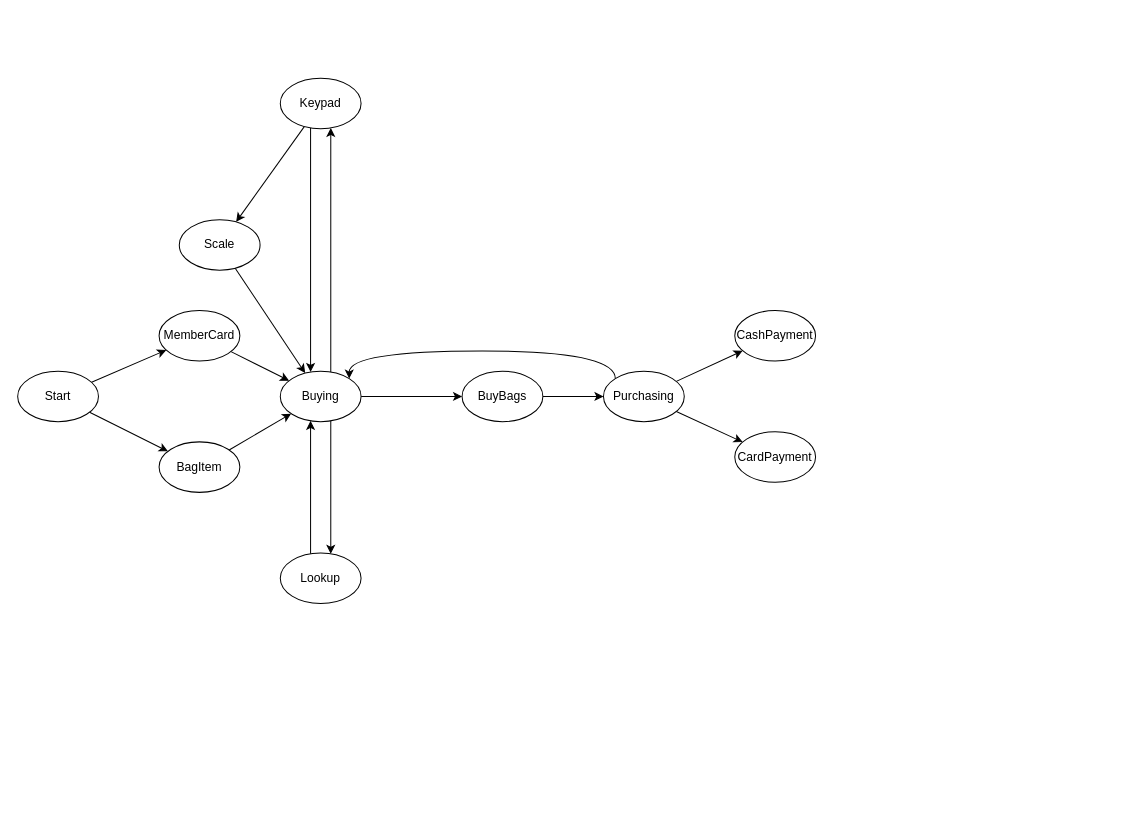
The draw.io diagram Diagrams/GUI-States.drawio in Charlie-Zheng/SENG-300-Iteration-3, before the edit. Source tidied: cells renumbered, new cells numbered last; positions are measured from the earlier drawing's top-left corner, leaving out a move shared by most shapes. Both pictures are drawn from the tidied source at 101%, with x=0, y=0 at pixel (17, 78).
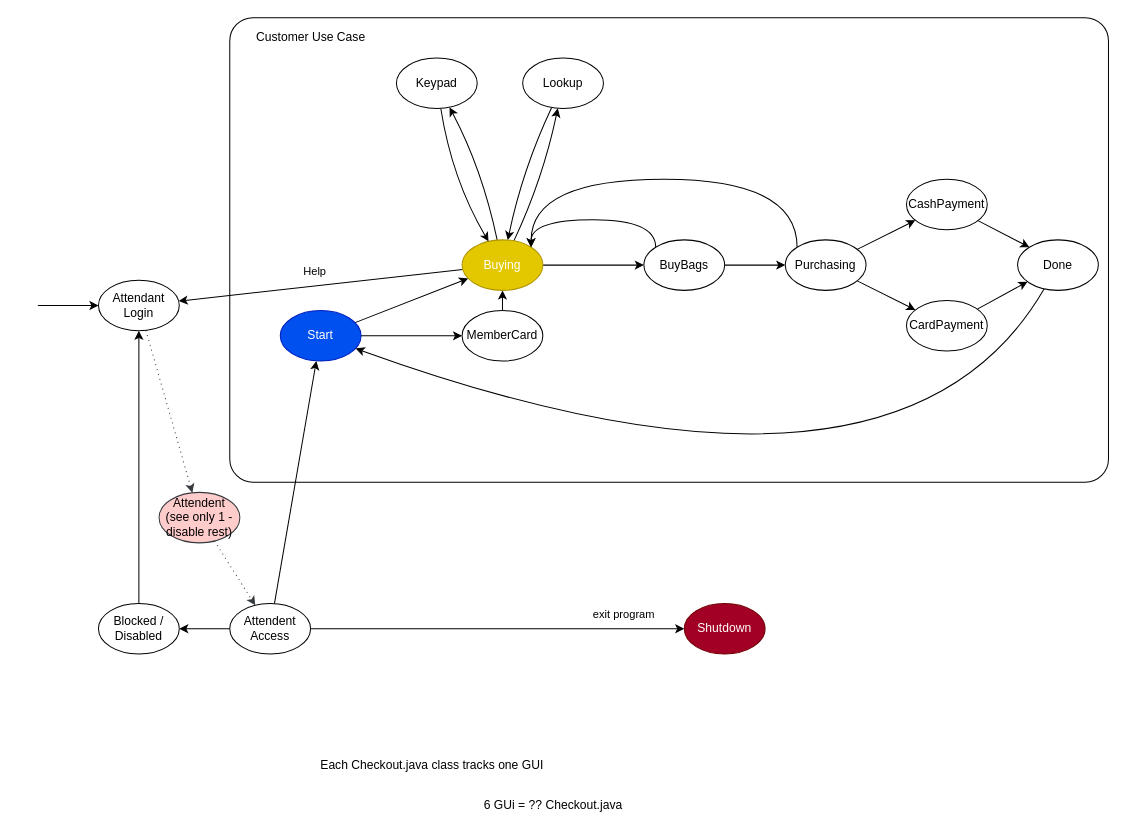
The same page after the edit.

Commit message (it also covers changes not shown here):
Improve diagrams

Change to the diagram source:
```diff
@@
+    <mxCell id="28" style="rounded=1;whiteSpace=wrap;html=1;strokeWidth=1;arcSize=5;" parent="1" vertex="1">
+      <mxGeometry x="210" y="-60" width="870" height="460" as="geometry" />
+    </mxCell>
@@
-    <mxCell id="3" style="edgeStyle=none;rounded=0;jettySize=auto;html=1;" parent="1" edge="1" source="4" target="8">
-      <mxGeometry relative="1" as="geometry" />
-    </mxCell>
+    <mxCell id="29" style="edgeStyle=none;curved=1;jettySize=auto;html=1;startArrow=none;startFill=0;endArrow=classic;endFill=1;" parent="1" edge="1" source="4" target="12">
+      <mxGeometry relative="1" as="geometry" />
+    </mxCell>
-    <mxCell id="4" value="Start" style="ellipse;whiteSpace=wrap;html=1;" parent="1" vertex="1">
-      <mxGeometry y="290" width="80" height="50" as="geometry" />
+    <mxCell id="4" value="Start" style="ellipse;whiteSpace=wrap;html=1;fillColor=#0050ef;strokeColor=#001DBC;fontColor=#ffffff;" parent="1" vertex="1">
+      <mxGeometry x="260" y="230" width="80" height="50" as="geometry" />
     </mxCell>
@@
     <mxCell id="6" value="MemberCard" style="ellipse;whiteSpace=wrap;html=1;" parent="1" vertex="1">
-      <mxGeometry x="140" y="230" width="80" height="50" as="geometry" />
+      <mxGeometry x="440" y="230" width="80" height="50" as="geometry" />
     </mxCell>
-    <mxCell id="7" style="edgeStyle=none;rounded=0;jettySize=auto;html=1;" parent="1" edge="1" source="8" target="12">
-      <mxGeometry relative="1" as="geometry" />
-    </mxCell>
-    <mxCell id="8" value="BagItem" style="ellipse;whiteSpace=wrap;html=1;" parent="1" vertex="1">
-      <mxGeometry x="140" y="360" width="80" height="50" as="geometry" />
-    </mxCell>
+    <mxCell id="11" style="edgeStyle=none;rounded=0;jettySize=auto;html=1;" parent="1" edge="1" source="12" target="19">
+      <mxGeometry relative="1" as="geometry" />
+    </mxCell>
+    <mxCell id="30" style="edgeStyle=none;curved=1;jettySize=auto;html=1;startArrow=none;startFill=0;endArrow=classic;endFill=1;" parent="1" edge="1" source="12" target="37">
+      <mxGeometry relative="1" as="geometry" />
+    </mxCell>
+    <mxCell id="31" value="Help" style="edgeLabel;html=1;align=center;verticalAlign=middle;" parent="30" vertex="1">
+      <mxGeometry x="0.11" y="1" relative="1" as="geometry">
+        <mxPoint x="9.3" y="-17.6" as="offset" />
+      </mxGeometry>
+    </mxCell>
-    <mxCell id="9" style="edgeStyle=orthogonalEdgeStyle;rounded=0;jettySize=auto;html=1;curved=1;" parent="1" edge="1" source="12" target="15">
+    <mxCell id="9" style="edgeStyle=none;curved=1;jettySize=auto;html=1;startArrow=none;startFill=0;endArrow=classic;endFill=1;strokeWidth=1;" parent="1" edge="1" source="12" target="15">
       <mxGeometry relative="1" as="geometry">
         <Array as="points">
-          <mxPoint x="310" y="260" />
-          <mxPoint x="310" y="260" />
+          <mxPoint x="460" y="90" />
         </Array>
       </mxGeometry>
     </mxCell>
-    <mxCell id="10" style="edgeStyle=orthogonalEdgeStyle;rounded=0;jettySize=auto;html=1;curved=1;" parent="1" edge="1" source="12" target="17">
+    <mxCell id="10" style="edgeStyle=none;curved=1;jettySize=auto;html=1;startArrow=none;startFill=0;endArrow=classic;endFill=1;strokeWidth=1;" parent="1" edge="1" source="12" target="17">
       <mxGeometry relative="1" as="geometry">
         <Array as="points">
-          <mxPoint x="310" y="380" />
-          <mxPoint x="310" y="380" />
+          <mxPoint x="520" y="100" />
         </Array>
       </mxGeometry>
     </mxCell>
-    <mxCell id="11" style="edgeStyle=none;rounded=0;jettySize=auto;html=1;" parent="1" edge="1" source="12" target="19">
-      <mxGeometry relative="1" as="geometry" />
-    </mxCell>
-    <mxCell id="12" value="Buying" style="ellipse;whiteSpace=wrap;html=1;" parent="1" vertex="1">
-      <mxGeometry x="260" y="290" width="80" height="50" as="geometry" />
+    <mxCell id="12" value="Buying" style="ellipse;whiteSpace=wrap;html=1;fillColor=#e3c800;strokeColor=#B09500;fontColor=#ffffff;" parent="1" vertex="1">
+      <mxGeometry x="440" y="160" width="80" height="50" as="geometry" />
     </mxCell>
-    <mxCell id="13" style="edgeStyle=orthogonalEdgeStyle;rounded=0;jettySize=auto;html=1;curved=1;" parent="1" edge="1" source="15" target="12">
+    <mxCell id="13" style="edgeStyle=none;curved=1;jettySize=auto;html=1;startArrow=none;startFill=0;endArrow=classic;endFill=1;strokeWidth=1;" parent="1" edge="1" source="15" target="12">
       <mxGeometry relative="1" as="geometry">
         <Array as="points">
-          <mxPoint x="290" y="260" />
-          <mxPoint x="290" y="260" />
+          <mxPoint x="430" y="100" />
         </Array>
       </mxGeometry>
     </mxCell>
-    <mxCell id="14" style="rounded=0;jettySize=auto;html=1;" parent="1" edge="1" source="15" target="21">
-      <mxGeometry relative="1" as="geometry" />
-    </mxCell>
     <mxCell id="15" value="Keypad" style="ellipse;whiteSpace=wrap;html=1;" parent="1" vertex="1">
-      <mxGeometry x="260" width="80" height="50" as="geometry" />
+      <mxGeometry x="375" y="-20" width="80" height="50" as="geometry" />
     </mxCell>
-    <mxCell id="16" style="edgeStyle=orthogonalEdgeStyle;curved=1;rounded=0;jettySize=auto;html=1;" parent="1" edge="1" source="17" target="12">
+    <mxCell id="16" style="edgeStyle=none;curved=1;jettySize=auto;html=1;startArrow=none;startFill=0;endArrow=classic;endFill=1;strokeWidth=1;" parent="1" edge="1" source="17" target="12">
       <mxGeometry relative="1" as="geometry">
         <Array as="points">
-          <mxPoint x="290" y="380" />
-          <mxPoint x="290" y="380" />
+          <mxPoint x="500" y="90" />
         </Array>
       </mxGeometry>
     </mxCell>
     <mxCell id="17" value="Lookup" style="ellipse;whiteSpace=wrap;html=1;" parent="1" vertex="1">
-      <mxGeometry x="260" y="470" width="80" height="50" as="geometry" />
+      <mxGeometry x="500" y="-20" width="80" height="50" as="geometry" />
     </mxCell>
@@
+    <mxCell id="32" style="edgeStyle=orthogonalEdgeStyle;curved=1;rounded=0;jettySize=auto;html=1;exitX=0;exitY=0;exitDx=0;exitDy=0;entryX=1;entryY=0;entryDx=0;entryDy=0;" parent="1" edge="1" source="19" target="12">
+      <mxGeometry relative="1" as="geometry">
+        <Array as="points">
+          <mxPoint x="632" y="140" />
+          <mxPoint x="508" y="140" />
+        </Array>
+      </mxGeometry>
+    </mxCell>
     <mxCell id="19" value="BuyBags" style="ellipse;whiteSpace=wrap;html=1;" parent="1" vertex="1">
-      <mxGeometry x="440" y="290" width="80" height="50" as="geometry" />
+      <mxGeometry x="620" y="160" width="80" height="50" as="geometry" />
     </mxCell>
-    <mxCell id="20" style="rounded=0;jettySize=auto;html=1;" parent="1" edge="1" source="21" target="12">
-      <mxGeometry relative="1" as="geometry" />
-    </mxCell>
-    <mxCell id="21" value="Scale" style="ellipse;whiteSpace=wrap;html=1;" parent="1" vertex="1">
-      <mxGeometry x="160" y="140" width="80" height="50" as="geometry" />
-    </mxCell>
     <mxCell id="22" style="edgeStyle=orthogonalEdgeStyle;curved=1;rounded=0;jettySize=auto;html=1;exitX=0;exitY=0;exitDx=0;exitDy=0;entryX=1;entryY=0;entryDx=0;entryDy=0;" parent="1" edge="1" source="25" target="12">
       <mxGeometry relative="1" as="geometry">
         <Array as="points">
-          <mxPoint x="592" y="270" />
-          <mxPoint x="328" y="270" />
+          <mxPoint x="772" y="100" />
+          <mxPoint x="508" y="100" />
         </Array>
       </mxGeometry>
     </mxCell>
@@
     <mxCell id="25" value="Purchasing" style="ellipse;whiteSpace=wrap;html=1;" parent="1" vertex="1">
-      <mxGeometry x="580" y="290" width="80" height="50" as="geometry" />
+      <mxGeometry x="760" y="160" width="80" height="50" as="geometry" />
     </mxCell>
+    <mxCell id="33" style="edgeStyle=none;curved=1;jettySize=auto;html=1;entryX=0;entryY=0;entryDx=0;entryDy=0;startArrow=none;startFill=0;endArrow=classic;endFill=1;" parent="1" edge="1" source="26" target="39">
+      <mxGeometry relative="1" as="geometry" />
+    </mxCell>
     <mxCell id="26" value="CashPayment" style="ellipse;whiteSpace=wrap;html=1;" parent="1" vertex="1">
-      <mxGeometry x="710" y="230" width="80" height="50" as="geometry" />
+      <mxGeometry x="880" y="100" width="80" height="50" as="geometry" />
     </mxCell>
+    <mxCell id="34" style="edgeStyle=none;curved=1;jettySize=auto;html=1;startArrow=none;startFill=0;endArrow=classic;endFill=1;" parent="1" edge="1" source="27" target="39">
+      <mxGeometry relative="1" as="geometry" />
+    </mxCell>
     <mxCell id="27" value="CardPayment" style="ellipse;whiteSpace=wrap;html=1;" parent="1" vertex="1">
-      <mxGeometry x="710" y="350" width="80" height="50" as="geometry" />
+      <mxGeometry x="880" y="220" width="80" height="50" as="geometry" />
     </mxCell>
+    <mxCell id="35" style="edgeStyle=none;curved=1;jettySize=auto;html=1;startArrow=classic;startFill=1;endArrow=none;endFill=0;" parent="1" edge="1" source="37">
+      <mxGeometry relative="1" as="geometry">
+        <mxPoint x="20" y="225" as="targetPoint" />
+      </mxGeometry>
+    </mxCell>
+    <mxCell id="36" style="edgeStyle=none;curved=1;jettySize=auto;html=1;startArrow=none;startFill=0;endArrow=classic;endFill=1;fillColor=#ffcccc;strokeColor=#36393d;strokeWidth=1;dashed=1;dashPattern=1 4;" parent="1" edge="1" source="37" target="41">
+      <mxGeometry relative="1" as="geometry" />
+    </mxCell>
+    <mxCell id="37" value="Attendant&lt;br&gt;Login" style="ellipse;whiteSpace=wrap;html=1;" parent="1" vertex="1">
+      <mxGeometry x="80" y="200" width="80" height="50" as="geometry" />
+    </mxCell>
+    <mxCell id="38" style="edgeStyle=none;curved=1;jettySize=auto;html=1;startArrow=none;startFill=0;endArrow=classic;endFill=1;" parent="1" edge="1" source="39" target="4">
+      <mxGeometry relative="1" as="geometry">
+        <Array as="points">
+          <mxPoint x="870" y="461" />
+        </Array>
+      </mxGeometry>
+    </mxCell>
+    <mxCell id="39" value="Done" style="ellipse;whiteSpace=wrap;html=1;" parent="1" vertex="1">
+      <mxGeometry x="990" y="160" width="80" height="50" as="geometry" />
+    </mxCell>
+    <mxCell id="40" style="edgeStyle=none;curved=1;jettySize=auto;html=1;startArrow=none;startFill=0;endArrow=classic;endFill=1;fillColor=#ffcccc;strokeColor=#36393d;strokeWidth=1;dashed=1;dashPattern=1 4;" parent="1" edge="1" source="41" target="46">
+      <mxGeometry relative="1" as="geometry" />
+    </mxCell>
+    <mxCell id="41" value="Attendent&lt;br&gt;(see only 1 - disable rest)" style="ellipse;whiteSpace=wrap;html=1;fillColor=#ffcccc;strokeColor=#36393d;strokeWidth=1;" parent="1" vertex="1">
+      <mxGeometry x="140" y="410" width="80" height="50" as="geometry" />
+    </mxCell>
+    <mxCell id="42" style="edgeStyle=none;curved=1;jettySize=auto;html=1;startArrow=none;startFill=0;endArrow=classic;endFill=1;" parent="1" edge="1" source="46" target="47">
+      <mxGeometry relative="1" as="geometry" />
+    </mxCell>
+    <mxCell id="43" value="exit program" style="edgeLabel;html=1;align=center;verticalAlign=middle;" parent="42" vertex="1">
+      <mxGeometry x="0.64" y="3" relative="1" as="geometry">
+        <mxPoint x="6" y="-12" as="offset" />
+      </mxGeometry>
+    </mxCell>
+    <mxCell id="44" style="edgeStyle=none;curved=1;jettySize=auto;html=1;startArrow=none;startFill=0;endArrow=classic;endFill=1;" parent="1" edge="1" source="46" target="4">
+      <mxGeometry relative="1" as="geometry" />
+    </mxCell>
+    <mxCell id="45" style="edgeStyle=none;curved=1;jettySize=auto;html=1;startArrow=none;startFill=0;endArrow=classic;endFill=1;strokeWidth=1;" parent="1" edge="1" source="46" target="50">
+      <mxGeometry relative="1" as="geometry" />
+    </mxCell>
+    <mxCell id="46" value="Attendent&lt;br&gt;Access" style="ellipse;whiteSpace=wrap;html=1;" parent="1" vertex="1">
+      <mxGeometry x="210" y="520" width="80" height="50" as="geometry" />
+    </mxCell>
+    <mxCell id="47" value="Shutdown" style="ellipse;whiteSpace=wrap;html=1;fillColor=#a20025;strokeColor=#6F0000;fontColor=#ffffff;" parent="1" vertex="1">
+      <mxGeometry x="660" y="520" width="80" height="50" as="geometry" />
+    </mxCell>
+    <mxCell id="48" value="Customer Use Case" style="text;html=1;align=center;verticalAlign=middle;" parent="1" vertex="1">
+      <mxGeometry x="230" y="-50" width="120" height="20" as="geometry" />
+    </mxCell>
+    <mxCell id="49" style="edgeStyle=none;curved=1;jettySize=auto;html=1;startArrow=none;startFill=0;endArrow=classic;endFill=1;strokeWidth=1;" parent="1" edge="1" source="50" target="37">
+      <mxGeometry relative="1" as="geometry" />
+    </mxCell>
+    <mxCell id="50" value="Blocked / Disabled" style="ellipse;whiteSpace=wrap;html=1;" parent="1" vertex="1">
+      <mxGeometry x="80" y="520" width="80" height="50" as="geometry" />
+    </mxCell>
+    <mxCell id="51" value="Each Checkout.java class tracks one GUI" style="text;html=1;align=center;verticalAlign=middle;" parent="1" vertex="1">
+      <mxGeometry x="290" y="670" width="240" height="20" as="geometry" />
+    </mxCell>
+    <mxCell id="52" value="6 GUi = ?? Checkout.java" style="text;html=1;align=center;verticalAlign=middle;" parent="1" vertex="1">
+      <mxGeometry x="455" y="710" width="150" height="20" as="geometry" />
+    </mxCell>
```
